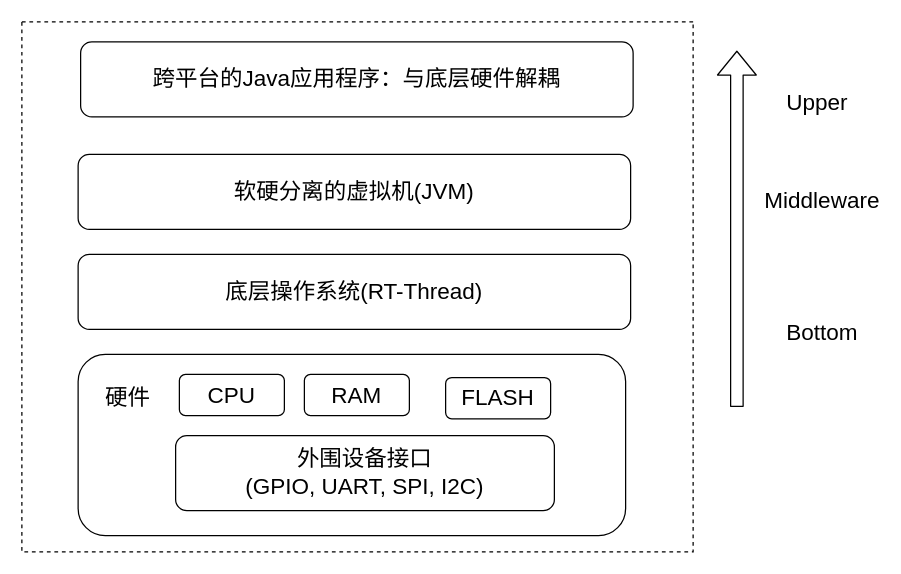
Earlier version of the draw.io diagram p1.drawio (zlhzht/gateway). Source tidied: cells renumbered, new cells numbered last; positions are measured from the earlier drawing's top-left corner, leaving out a move shared by most shapes. Both pictures are drawn from the tidied source at 125%, with x=0, y=0 at pixel (21, 21).
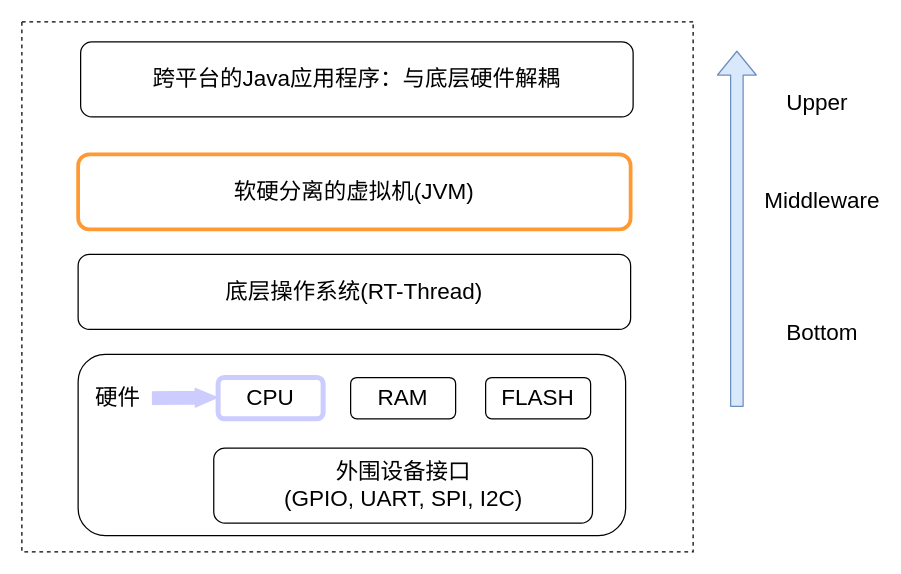
The same page after the edit.

The edit, as a diff of the source:
```diff
@@
 <mxGraphModel>
   <root>
     <mxCell id="0" />
     <mxCell id="1" parent="0" />
     <mxCell id="2" style="swimlane;startSize=0;dashed=1;strokeWidth=1;perimeterSpacing=1;" parent="1" vertex="1">
       <mxGeometry width="537" height="424" as="geometry" />
     </mxCell>
     <mxCell id="3" value="&lt;span style=&quot;font-size: 18px&quot;&gt;跨平台的Java应用程序：与底层硬件解耦&lt;/span&gt;" style="rounded=1;whiteSpace=wrap;html=1;strokeWidth=1;" parent="2" vertex="1">
       <mxGeometry x="47" y="16" width="442" height="60" as="geometry" />
     </mxCell>
-    <mxCell id="4" value="&lt;span style=&quot;font-size: 18px&quot;&gt;软硬分离的虚拟机(JVM)&lt;/span&gt;" style="rounded=1;whiteSpace=wrap;html=1;strokeWidth=1;" parent="2" vertex="1">
+    <mxCell id="4" value="&lt;span style=&quot;font-size: 18px&quot;&gt;软硬分离的虚拟机(JVM)&lt;/span&gt;" style="rounded=1;whiteSpace=wrap;html=1;strokeWidth=3;strokeColor=#FF9933;" parent="2" vertex="1">
       <mxGeometry x="45" y="106" width="442" height="60" as="geometry" />
     </mxCell>
     <mxCell id="5" value="&lt;span style=&quot;font-size: 18px&quot;&gt;底层操作系统(RT-Thread)&lt;/span&gt;" style="rounded=1;whiteSpace=wrap;html=1;strokeWidth=1;" parent="2" vertex="1">
       <mxGeometry x="45" y="186" width="442" height="60" as="geometry" />
     </mxCell>
     <mxCell id="6" style="rounded=1;whiteSpace=wrap;html=1;strokeWidth=1;" parent="2" vertex="1">
       <mxGeometry x="45" y="266" width="438" height="145" as="geometry" />
     </mxCell>
-    <mxCell id="7" value="&lt;font style=&quot;font-size: 18px&quot;&gt;CPU&lt;/font&gt;" style="rounded=1;whiteSpace=wrap;html=1;strokeWidth=1;" parent="2" vertex="1">
-      <mxGeometry x="126" y="282" width="84" height="33" as="geometry" />
+    <mxCell id="7" value="&lt;font style=&quot;font-size: 18px&quot;&gt;CPU&lt;/font&gt;" style="rounded=1;whiteSpace=wrap;html=1;strokeWidth=4;fillColor=#FFFFFF;strokeColor=#CCCCFF;" parent="2" vertex="1">
+      <mxGeometry x="157" y="284.5" width="84" height="33" as="geometry" />
     </mxCell>
     <mxCell id="8" value="&lt;font style=&quot;font-size: 18px&quot;&gt;外围设备接口&lt;br&gt;(GPIO, UART, SPI, I2C)&lt;/font&gt;" style="rounded=1;whiteSpace=wrap;html=1;strokeWidth=1;" parent="2" vertex="1">
-      <mxGeometry x="123" y="331" width="303" height="60" as="geometry" />
+      <mxGeometry x="153.5" y="341" width="303" height="60" as="geometry" />
     </mxCell>
     <mxCell id="9" value="&lt;font style=&quot;font-size: 18px&quot;&gt;硬件&lt;/font&gt;" style="rounded=1;whiteSpace=wrap;html=1;strokeWidth=0;opacity=0;" parent="2" vertex="1">
-      <mxGeometry x="60" y="293" width="50" height="16" as="geometry" />
+      <mxGeometry x="52" y="293" width="50" height="16" as="geometry" />
     </mxCell>
     <mxCell id="10" value="&lt;font style=&quot;font-size: 18px&quot;&gt;FLASH&lt;/font&gt;" style="rounded=1;whiteSpace=wrap;html=1;strokeWidth=1;" parent="2" vertex="1">
-      <mxGeometry x="339" y="284.5" width="84" height="33" as="geometry" />
+      <mxGeometry x="371" y="284.5" width="84" height="33" as="geometry" />
     </mxCell>
     <mxCell id="11" value="&lt;font style=&quot;font-size: 18px&quot;&gt;RAM&lt;/font&gt;" style="rounded=1;whiteSpace=wrap;html=1;strokeWidth=1;" parent="2" vertex="1">
-      <mxGeometry x="226" y="282" width="84" height="33" as="geometry" />
+      <mxGeometry x="263" y="284.5" width="84" height="33" as="geometry" />
     </mxCell>
+    <mxCell id="16" style="shape=flexArrow;endArrow=classic;html=1;endWidth=4;endSize=5.6;fillColor=#CCCCFF;strokeColor=#CCCCFF;" parent="2" edge="1">
+      <mxGeometry relative="1" as="geometry">
+        <mxPoint x="104" y="301" as="sourcePoint" />
+        <mxPoint x="157" y="300.5" as="targetPoint" />
+      </mxGeometry>
+    </mxCell>
-    <mxCell id="12" style="shape=flexArrow;endArrow=classic;html=1;" parent="1" edge="1">
+    <mxCell id="12" style="shape=flexArrow;endArrow=classic;html=1;fillColor=#dae8fc;strokeColor=#6c8ebf;" parent="1" edge="1">
       <mxGeometry relative="1" as="geometry">
         <mxPoint x="572" y="308" as="sourcePoint" />
         <mxPoint x="572" y="23" as="targetPoint" />
       </mxGeometry>
     </mxCell>
     <mxCell id="13" value="&lt;font style=&quot;font-size: 18px&quot;&gt;Bottom&lt;/font&gt;" style="rounded=0;whiteSpace=wrap;html=1;strokeWidth=0;opacity=0;" parent="1" vertex="1">
       <mxGeometry x="599" y="234" width="83" height="30" as="geometry" />
     </mxCell>
     <mxCell id="14" value="&lt;font style=&quot;font-size: 18px&quot;&gt;Middleware&lt;/font&gt;" style="rounded=0;whiteSpace=wrap;html=1;strokeWidth=0;opacity=0;" parent="1" vertex="1">
       <mxGeometry x="599" y="128" width="83" height="30" as="geometry" />
     </mxCell>
     <mxCell id="15" value="&lt;span style=&quot;font-size: 18px&quot;&gt;Upper&lt;/span&gt;" style="rounded=0;whiteSpace=wrap;html=1;strokeWidth=0;opacity=0;" parent="1" vertex="1">
       <mxGeometry x="595" y="50" width="83" height="30" as="geometry" />
     </mxCell>
   </root>
 </mxGraphModel>
```
